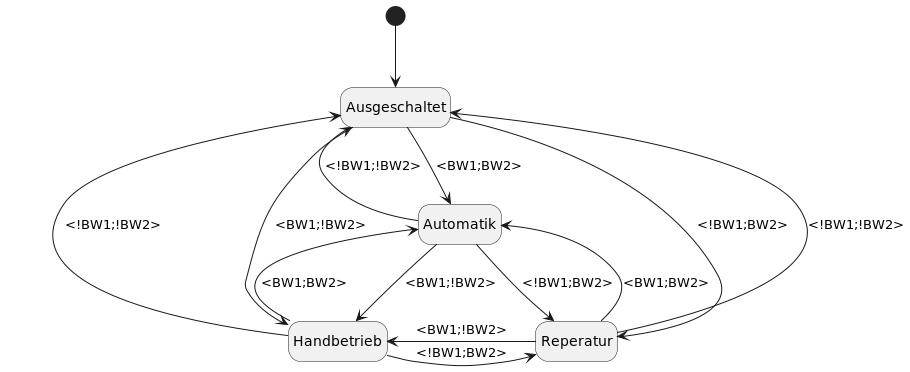
Above: Workspace_ART1-Tuersteuerung_2022.05/Tuersteuerung/UML/Automat_Betriebsauswahl.png in duha887b/ART-1_Tuersteuerung (PlantUML), before the change. Its diagram source:
```plantuml
@startuml
hide empty description

[*] --> Ausgeschaltet
Ausgeschaltet  -right-> Reperatur : <!BW1;BW2>
Ausgeschaltet  -down-> Automatik : <BW1;BW2>
Ausgeschaltet  -down-> Handbetrieb : <BW1;!BW2>


Ausgeschaltet  <- Reperatur : <!BW1;!BW2>
Ausgeschaltet  <- Handbetrieb : <!BW1;!BW2>
Ausgeschaltet  <- Automatik : <!BW1;!BW2>

Reperatur --> Automatik : <BW1;BW2>
Reperatur -left-> Handbetrieb : <BW1;!BW2>


Reperatur <- Automatik : <!BW1;BW2>
Reperatur <- Handbetrieb : <!BW1;BW2>

Automatik --> Handbetrieb : <BW1;!BW2>

Automatik <-- Handbetrieb : <BW1;BW2>

@enduml
```
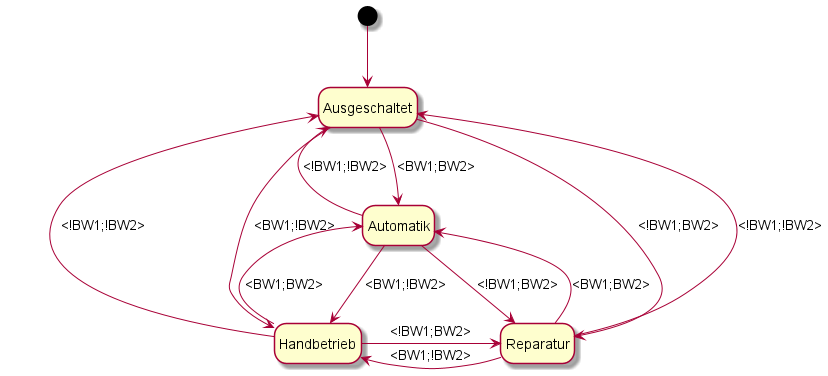
The same diagram one commit later.

What changed in the source:
```diff
@@ -2,21 +2,21 @@
 hide empty description
 
 [*] --> Ausgeschaltet
-Ausgeschaltet  -right-> Reperatur : <!BW1;BW2>
+Ausgeschaltet  -right-> Reparatur : <!BW1;BW2>
 Ausgeschaltet  -down-> Automatik : <BW1;BW2>
 Ausgeschaltet  -down-> Handbetrieb : <BW1;!BW2>
 
 
-Ausgeschaltet  <- Reperatur : <!BW1;!BW2>
+Ausgeschaltet  <- Reparatur : <!BW1;!BW2>
 Ausgeschaltet  <- Handbetrieb : <!BW1;!BW2>
 Ausgeschaltet  <- Automatik : <!BW1;!BW2>
 
-Reperatur --> Automatik : <BW1;BW2>
-Reperatur -left-> Handbetrieb : <BW1;!BW2>
+Reparatur --> Automatik : <BW1;BW2>
+Reparatur -left-> Handbetrieb : <BW1;!BW2>
 
 
-Reperatur <- Automatik : <!BW1;BW2>
-Reperatur <- Handbetrieb : <!BW1;BW2>
+Reparatur <- Automatik : <!BW1;BW2>
+Reparatur <- Handbetrieb : <!BW1;BW2>
 
 Automatik --> Handbetrieb : <BW1;!BW2>
 
```
